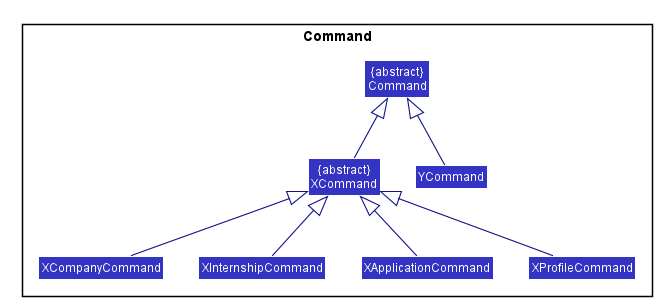
The PlantUML diagram docs/images/CommandClassDiagram.png in shawn-nyk/tp, before a commit.
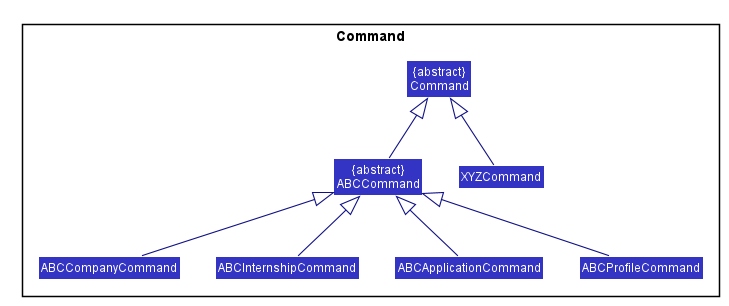
After the change.

Diff of the diagram source:
```diff
@@ -10,6 +10,8 @@
 skinparam BackgroundColor #FFFFFFF
 
 skinparam Shadowing false
+
+skinparam classAttributeIconSize 0
 
 skinparam Class {
     FontColor #FFFFFF
@@ -53,22 +55,22 @@
 package Command {
 
 class "&#123;abstract&#125;\nCommand" as Command
-class "&#123;abstract&#125;\nXCommand" as XCommand
-class XCompanyCommand
-class XInternshipCommand
-class XApplicationCommand
-class XProfileCommand
-class YCommand
+class "&#123;abstract&#125;\nABCCommand" as ABCCommand
+class ABCCompanyCommand
+class ABCInternshipCommand
+class ABCApplicationCommand
+class ABCProfileCommand
+class XYZCommand
 
 }
 
 hide members
 
-Command <|-- XCommand
-XCommand <|-- XCompanyCommand
-XCommand <|-- XInternshipCommand
-XCommand <|-- XApplicationCommand
-XCommand <|-- XProfileCommand
-Command <|-- YCommand
+Command <|-- ABCCommand
+ABCCommand <|-- ABCCompanyCommand
+ABCCommand <|-- ABCInternshipCommand
+ABCCommand <|-- ABCApplicationCommand
+ABCCommand <|-- ABCProfileCommand
+Command <|-- XYZCommand
 
 @enduml
```
